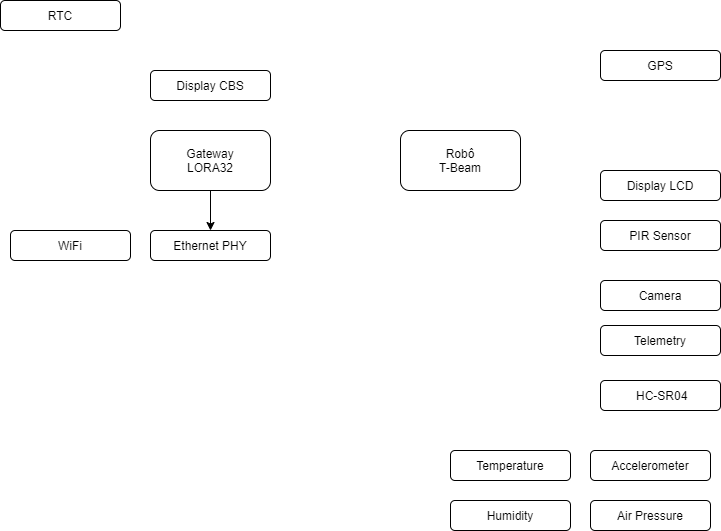
Before: diagrama.png, a diagram exported from draw.io (lllLDBlll/micro-ROS-TTGO). Source tidied: cells renumbered, new cells last; positions are measured from the earlier drawing's top-left corner, leaving out a move shared by most shapes.
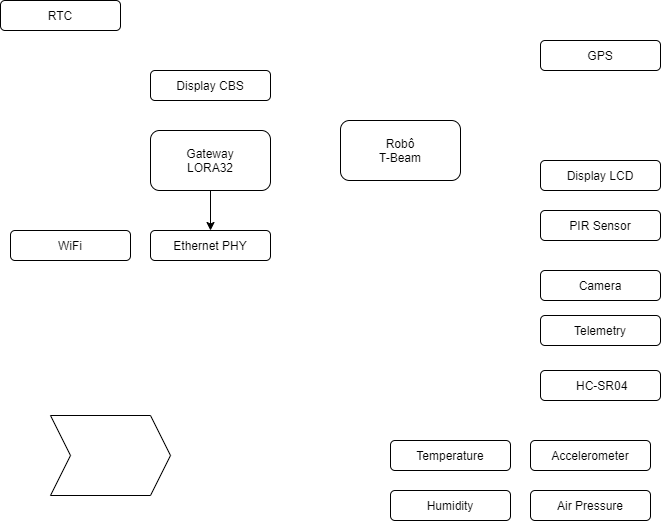
After the change.

The edit, as a diff of the source:
```diff
@@ -12,13 +12,13 @@
       <mxGeometry x="450" y="450" width="120" height="30" as="geometry" />
     </mxCell>
     <mxCell id="5" value="Ethernet PHY" style="rounded=1;whiteSpace=wrap;html=1;" parent="1" vertex="1">
-      <mxGeometry x="150" y="230" width="120" height="30" as="geometry" />
+      <mxGeometry x="210" y="240" width="120" height="30" as="geometry" />
     </mxCell>
     <mxCell id="6" style="edgeStyle=orthogonalEdgeStyle;rounded=0;jettySize=auto;html=1;exitX=0.5;exitY=1;exitDx=0;exitDy=0;entryX=0.5;entryY=0;entryDx=0;entryDy=0;" parent="1" edge="1" source="7" target="5">
       <mxGeometry relative="1" as="geometry" />
     </mxCell>
     <mxCell id="7" value="Gateway&lt;br&gt;LORA32" style="rounded=1;whiteSpace=wrap;html=1;" parent="1" vertex="1">
-      <mxGeometry x="150" y="130" width="120" height="60" as="geometry" />
+      <mxGeometry x="210" y="140" width="120" height="60" as="geometry" />
     </mxCell>
     <mxCell id="8" value="Display LCD" style="rounded=1;whiteSpace=wrap;html=1;" parent="1" vertex="1">
       <mxGeometry x="600" y="170" width="120" height="30" as="geometry" />
@@ -27,7 +27,7 @@
       <mxGeometry x="600" y="220" width="120" height="30" as="geometry" />
     </mxCell>
     <mxCell id="10" value="RTC" style="rounded=1;whiteSpace=wrap;html=1;" parent="1" vertex="1">
-      <mxGeometry width="120" height="30" as="geometry" />
+      <mxGeometry x="60" y="10" width="120" height="30" as="geometry" />
     </mxCell>
     <mxCell id="11" value="Camera" style="rounded=1;whiteSpace=wrap;html=1;" parent="1" vertex="1">
       <mxGeometry x="600" y="280" width="120" height="30" as="geometry" />
@@ -45,13 +45,16 @@
       <mxGeometry x="590" y="500" width="120" height="30" as="geometry" />
     </mxCell>
     <mxCell id="16" value="Display CBS" style="rounded=1;whiteSpace=wrap;html=1;" parent="1" vertex="1">
-      <mxGeometry x="150" y="70" width="120" height="30" as="geometry" />
+      <mxGeometry x="210" y="80" width="120" height="30" as="geometry" />
     </mxCell>
     <mxCell id="17" value="Humidity" style="rounded=1;whiteSpace=wrap;html=1;" parent="1" vertex="1">
       <mxGeometry x="450" y="500" width="120" height="30" as="geometry" />
     </mxCell>
     <mxCell id="18" value="WiFi" style="rounded=1;whiteSpace=wrap;html=1;" parent="1" vertex="1">
-      <mxGeometry x="10" y="230" width="120" height="30" as="geometry" />
+      <mxGeometry x="70" y="240" width="120" height="30" as="geometry" />
     </mxCell>
+    <mxCell id="19" style="shape=step;perimeter=stepPerimeter;whiteSpace=wrap;html=1;fixedSize=1;" parent="1" vertex="1">
+      <mxGeometry x="110" y="425" width="120" height="80" as="geometry" />
+    </mxCell>
   </root>
 </mxGraphModel>
```
